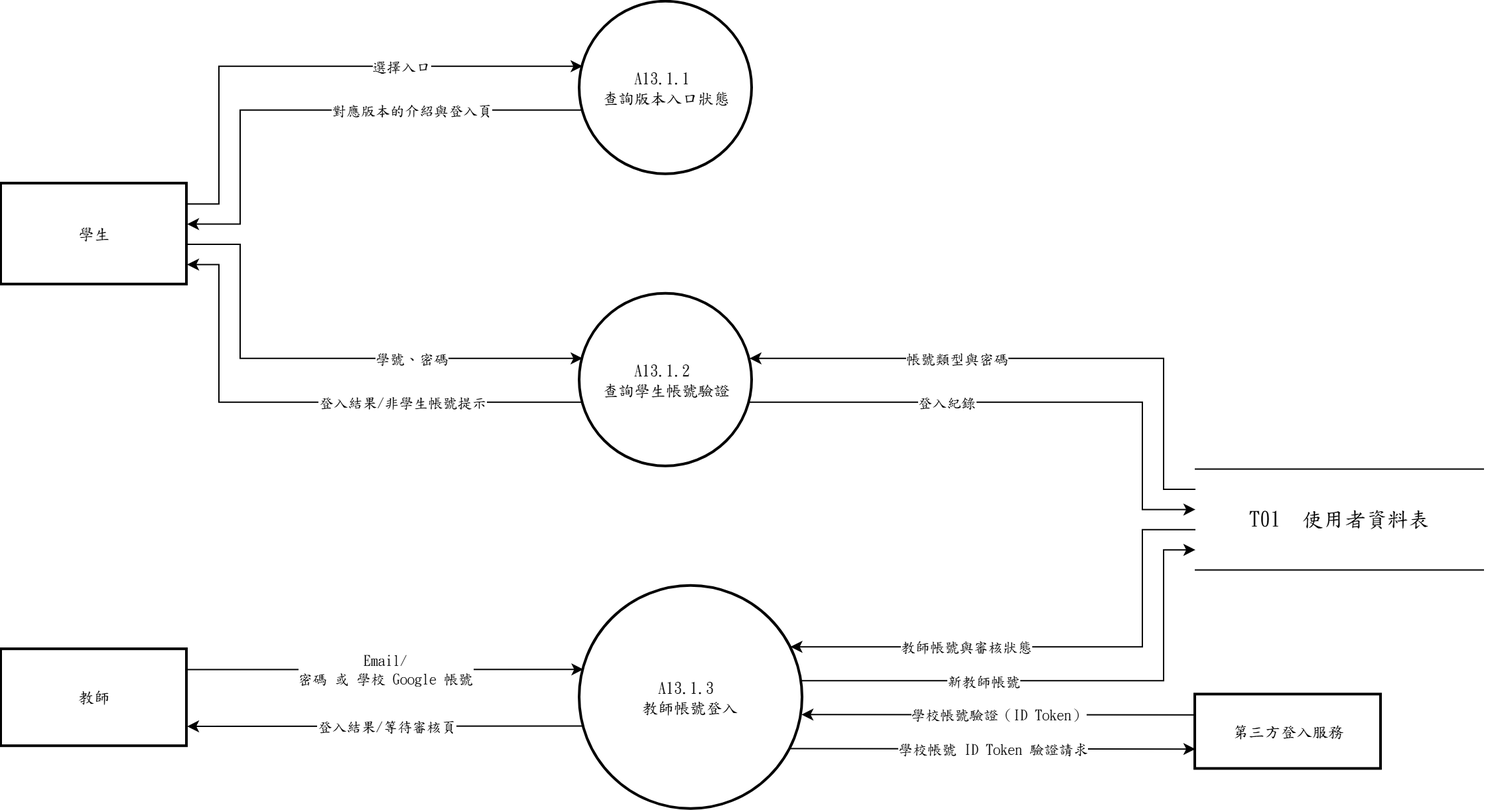
The draw.io diagram 系統文件/第6章/DFD圖/圖13/圖13-1.drawio.png in s22452007/115502, before a commit. Source tidied: cells renumbered, new cells last; positions are measured from the earlier drawing's top-left corner, leaving out a move shared by most shapes. Its diagram source:
```xml
<mxGraphModel>
  <root>
    <mxCell id="0" />
    <mxCell id="1" parent="0" />
    <mxCell id="2" value="A13.1.1&amp;nbsp;&lt;div&gt;查詢版本入口狀態&lt;/div&gt;" style="ellipse;strokeWidth=2;whiteSpace=wrap;html=1;fontFamily=標楷體;" parent="1" vertex="1">
      <mxGeometry x="436" width="130" height="130" as="geometry" />
    </mxCell>
    <mxCell id="3" value="A13.1.2&amp;nbsp;&lt;div&gt;查詢學生帳號驗證&lt;/div&gt;" style="ellipse;strokeWidth=2;whiteSpace=wrap;html=1;fontFamily=標楷體;" parent="1" vertex="1">
      <mxGeometry x="436" y="220" width="130" height="130" as="geometry" />
    </mxCell>
    <mxCell id="4" value="A13.1.3&amp;nbsp;&lt;div&gt;教師帳號登入&lt;/div&gt;" style="ellipse;strokeWidth=2;whiteSpace=wrap;html=1;fontFamily=標楷體;" parent="1" vertex="1">
      <mxGeometry x="436" y="440" width="168" height="168" as="geometry" />
    </mxCell>
    <mxCell id="5" value="學生" style="whiteSpace=wrap;strokeWidth=2;html=1;fontFamily=標楷體;" parent="1" vertex="1">
      <mxGeometry y="137" width="140" height="76" as="geometry" />
    </mxCell>
    <mxCell id="6" value="教師" style="whiteSpace=wrap;strokeWidth=2;html=1;fontFamily=標楷體;" parent="1" vertex="1">
      <mxGeometry y="487.7" width="140" height="73" as="geometry" />
    </mxCell>
    <mxCell id="7" value="T01  使用者資料表" style="shape=partialRectangle;whiteSpace=wrap;html=1;left=0;right=0;fontFamily=標楷體;fontSize=16;" parent="1" vertex="1">
      <mxGeometry x="900" y="351.9" width="217" height="76" as="geometry" />
    </mxCell>
    <mxCell id="8" value="第三方登入服務" style="whiteSpace=wrap;strokeWidth=2;html=1;fontFamily=標楷體;" parent="1" vertex="1">
      <mxGeometry x="900" y="521.8" width="140" height="56" as="geometry" />
    </mxCell>
    <mxCell id="9" style="edgeStyle=none;rounded=0;html=1;fontFamily=標楷體;endArrow=classic;exitX=1.0000;exitY=0.2000;exitDx=0;exitDy=0;exitPerimeter=0;entryX=0.0163;entryY=0.3733;entryDx=0;entryDy=0;entryPerimeter=0;" parent="1" edge="1" source="5" target="2">
      <mxGeometry relative="1" as="geometry">
        <Array as="points">
          <mxPoint x="164" y="152.2" />
          <mxPoint x="164" y="48.5" />
        </Array>
      </mxGeometry>
    </mxCell>
    <mxCell id="10" value="選擇入口" style="edgeLabel;html=1;align=center;verticalAlign=middle;fontFamily=標楷體;" parent="9" vertex="1">
      <mxGeometry x="0.32" relative="1" as="geometry" />
    </mxCell>
    <mxCell id="11" style="edgeStyle=none;rounded=0;html=1;fontFamily=標楷體;endArrow=classic;exitX=0.0163;exitY=0.6267;exitDx=0;exitDy=0;exitPerimeter=0;entryX=1.0000;entryY=0.4000;entryDx=0;entryDy=0;entryPerimeter=0;" parent="1" edge="1" source="2" target="5">
      <mxGeometry relative="1" as="geometry">
        <Array as="points">
          <mxPoint x="180" y="81.5" />
          <mxPoint x="180" y="167.4" />
        </Array>
      </mxGeometry>
    </mxCell>
    <mxCell id="12" value="對應版本的介紹與登入頁" style="edgeLabel;html=1;align=center;verticalAlign=middle;fontFamily=標楷體;" parent="11" vertex="1">
      <mxGeometry x="-0.33" relative="1" as="geometry" />
    </mxCell>
    <mxCell id="13" style="edgeStyle=none;rounded=0;html=1;fontFamily=標楷體;endArrow=classic;exitX=1.0000;exitY=0.6000;exitDx=0;exitDy=0;exitPerimeter=0;entryX=0.0163;entryY=0.3733;entryDx=0;entryDy=0;entryPerimeter=0;" parent="1" edge="1" source="5" target="3">
      <mxGeometry relative="1" as="geometry">
        <Array as="points">
          <mxPoint x="180" y="182.6" />
          <mxPoint x="180" y="268.5" />
        </Array>
      </mxGeometry>
    </mxCell>
    <mxCell id="14" value="學號、密碼" style="edgeLabel;html=1;align=center;verticalAlign=middle;fontFamily=標楷體;" parent="13" vertex="1">
      <mxGeometry x="0.33" relative="1" as="geometry" />
    </mxCell>
    <mxCell id="15" style="edgeStyle=none;rounded=0;html=1;fontFamily=標楷體;endArrow=classic;exitX=0.0000;exitY=0.2000;exitDx=0;exitDy=0;exitPerimeter=0;entryX=0.9837;entryY=0.3733;entryDx=0;entryDy=0;entryPerimeter=0;" parent="1" edge="1" source="7" target="3">
      <mxGeometry relative="1" as="geometry">
        <Array as="points">
          <mxPoint x="876" y="367.1" />
          <mxPoint x="876" y="268.5" />
        </Array>
      </mxGeometry>
    </mxCell>
    <mxCell id="16" value="帳號類型與密碼" style="edgeLabel;html=1;align=center;verticalAlign=middle;fontFamily=標楷體;" parent="15" vertex="1">
      <mxGeometry x="0.28" relative="1" as="geometry" />
    </mxCell>
    <mxCell id="17" style="edgeStyle=none;rounded=0;html=1;fontFamily=標楷體;endArrow=classic;exitX=0.0163;exitY=0.6267;exitDx=0;exitDy=0;exitPerimeter=0;entryX=1.0000;entryY=0.8000;entryDx=0;entryDy=0;entryPerimeter=0;" parent="1" edge="1" source="3" target="5">
      <mxGeometry relative="1" as="geometry">
        <Array as="points">
          <mxPoint x="164" y="301.5" />
          <mxPoint x="164" y="197.8" />
        </Array>
      </mxGeometry>
    </mxCell>
    <mxCell id="18" value="登入結果/非學生帳號提示" style="edgeLabel;html=1;align=center;verticalAlign=middle;fontFamily=標楷體;" parent="17" vertex="1">
      <mxGeometry x="-0.32" relative="1" as="geometry" />
    </mxCell>
    <mxCell id="19" style="edgeStyle=none;rounded=0;html=1;fontFamily=標楷體;endArrow=classic;exitX=0.9837;exitY=0.6267;exitDx=0;exitDy=0;exitPerimeter=0;entryX=0.0000;entryY=0.4000;entryDx=0;entryDy=0;entryPerimeter=0;" parent="1" edge="1" source="3" target="7">
      <mxGeometry relative="1" as="geometry">
        <Array as="points">
          <mxPoint x="860" y="301.5" />
          <mxPoint x="860" y="382.3" />
        </Array>
      </mxGeometry>
    </mxCell>
    <mxCell id="20" value="登入紀錄" style="edgeLabel;html=1;align=center;verticalAlign=middle;fontFamily=標楷體;" parent="19" vertex="1">
      <mxGeometry x="-0.29" relative="1" as="geometry" />
    </mxCell>
    <mxCell id="21" style="edgeStyle=none;rounded=0;html=1;fontFamily=標楷體;endArrow=classic;exitX=1.0000;exitY=0.2067;exitDx=0;exitDy=0;exitPerimeter=0;entryX=0.0163;entryY=0.3733;entryDx=0;entryDy=0;entryPerimeter=0;" parent="1" edge="1" source="6" target="4">
      <mxGeometry relative="1" as="geometry" />
    </mxCell>
    <mxCell id="22" value="Email/&lt;br&gt;密碼 或 學校 Google 帳號" style="edgeLabel;html=1;align=center;verticalAlign=middle;fontFamily=標楷體;" parent="21" vertex="1">
      <mxGeometry relative="1" as="geometry" />
    </mxCell>
    <mxCell id="23" style="edgeStyle=none;rounded=0;html=1;fontFamily=標楷體;endArrow=classic;exitX=0.0000;exitY=0.2701;exitDx=0;exitDy=0;exitPerimeter=0;entryX=0.9942;entryY=0.5760;entryDx=0;entryDy=0;entryPerimeter=0;" parent="1" edge="1" source="8" target="4">
      <mxGeometry relative="1" as="geometry" />
    </mxCell>
    <mxCell id="24" value="學校帳號驗證（ID Token）" style="edgeLabel;html=1;align=center;verticalAlign=middle;fontFamily=標楷體;" parent="23" vertex="1">
      <mxGeometry relative="1" as="geometry" />
    </mxCell>
    <mxCell id="25" style="edgeStyle=none;rounded=0;html=1;fontFamily=標楷體;endArrow=classic;exitX=0.0000;exitY=0.6000;exitDx=0;exitDy=0;exitPerimeter=0;entryX=0.9450;entryY=0.2720;entryDx=0;entryDy=0;entryPerimeter=0;" parent="1" edge="1" source="7" target="4">
      <mxGeometry relative="1" as="geometry">
        <Array as="points">
          <mxPoint x="860" y="397.5" />
          <mxPoint x="860" y="485.7" />
        </Array>
      </mxGeometry>
    </mxCell>
    <mxCell id="26" value="教師帳號與審核狀態" style="edgeLabel;html=1;align=center;verticalAlign=middle;fontFamily=標楷體;" parent="25" vertex="1">
      <mxGeometry x="0.33" relative="1" as="geometry" />
    </mxCell>
    <mxCell id="27" style="edgeStyle=none;rounded=0;html=1;fontFamily=標楷體;endArrow=classic;exitX=0.0163;exitY=0.6267;exitDx=0;exitDy=0;exitPerimeter=0;entryX=1.0000;entryY=0.7933;entryDx=0;entryDy=0;entryPerimeter=0;" parent="1" edge="1" source="4" target="6">
      <mxGeometry relative="1" as="geometry" />
    </mxCell>
    <mxCell id="28" value="登入結果/等待審核頁" style="edgeLabel;html=1;align=center;verticalAlign=middle;fontFamily=標楷體;" parent="27" vertex="1">
      <mxGeometry relative="1" as="geometry" />
    </mxCell>
    <mxCell id="29" style="edgeStyle=none;rounded=0;html=1;fontFamily=標楷體;endArrow=classic;exitX=0.9450;exitY=0.7280;exitDx=0;exitDy=0;exitPerimeter=0;entryX=0.0000;entryY=0.7299;entryDx=0;entryDy=0;entryPerimeter=0;" parent="1" edge="1" source="4" target="8">
      <mxGeometry relative="1" as="geometry" />
    </mxCell>
    <mxCell id="30" value="學校帳號 ID Token 驗證請求" style="edgeLabel;html=1;align=center;verticalAlign=middle;fontFamily=標楷體;" parent="29" vertex="1">
      <mxGeometry relative="1" as="geometry" />
    </mxCell>
    <mxCell id="31" style="edgeStyle=none;rounded=0;html=1;fontFamily=標楷體;endArrow=classic;exitX=0.9942;exitY=0.4240;exitDx=0;exitDy=0;exitPerimeter=0;entryX=0.0000;entryY=0.8000;entryDx=0;entryDy=0;entryPerimeter=0;" parent="1" edge="1" source="4" target="7">
      <mxGeometry relative="1" as="geometry">
        <Array as="points">
          <mxPoint x="876" y="511.2" />
          <mxPoint x="876" y="412.7" />
        </Array>
      </mxGeometry>
    </mxCell>
    <mxCell id="32" value="新教師帳號" style="edgeLabel;html=1;align=center;verticalAlign=middle;fontFamily=標楷體;" parent="31" vertex="1">
      <mxGeometry x="-0.31" relative="1" as="geometry" />
    </mxCell>
  </root>
</mxGraphModel>
```
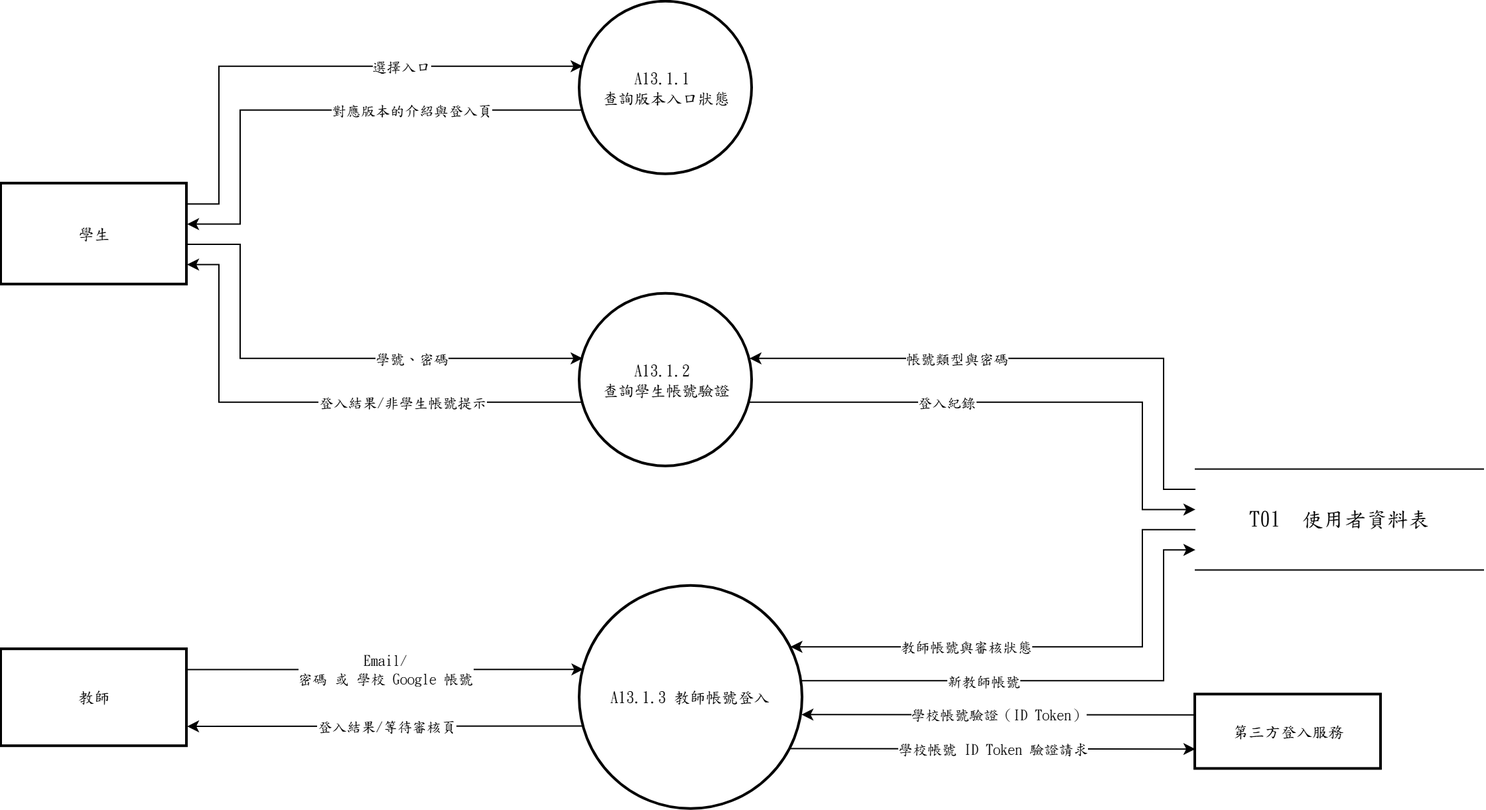
After the change.

Change to the diagram source:
```diff
@@ -8,7 +8,7 @@
     <mxCell id="3" value="A13.1.2&amp;nbsp;&lt;div&gt;查詢學生帳號驗證&lt;/div&gt;" style="ellipse;strokeWidth=2;whiteSpace=wrap;html=1;fontFamily=標楷體;" parent="1" vertex="1">
       <mxGeometry x="436" y="220" width="130" height="130" as="geometry" />
     </mxCell>
-    <mxCell id="4" value="A13.1.3&amp;nbsp;&lt;div&gt;教師帳號登入&lt;/div&gt;" style="ellipse;strokeWidth=2;whiteSpace=wrap;html=1;fontFamily=標楷體;" parent="1" vertex="1">
+    <mxCell id="4" value="A13.1.3 教師帳號登入" style="ellipse;strokeWidth=2;whiteSpace=wrap;html=1;fontFamily=標楷體;" parent="1" vertex="1">
       <mxGeometry x="436" y="440" width="168" height="168" as="geometry" />
     </mxCell>
     <mxCell id="5" value="學生" style="whiteSpace=wrap;strokeWidth=2;html=1;fontFamily=標楷體;" parent="1" vertex="1">
```
